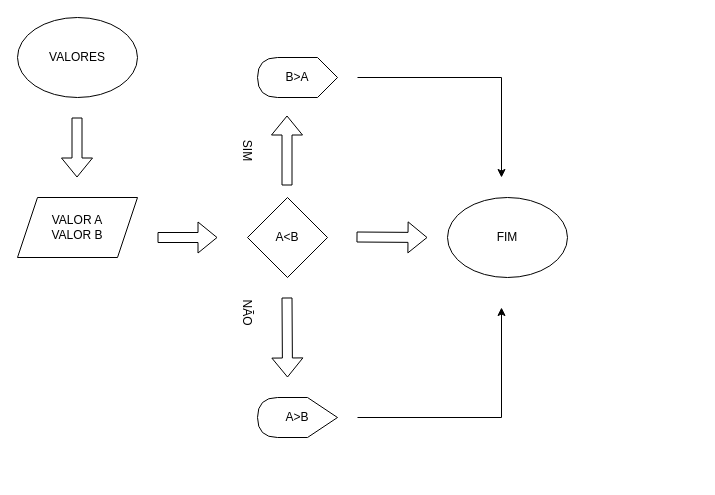
The draw.io diagram Diagrama sem nome.drawio in programador173/PWI-Julio.Galindo, before the edit. Source tidied: cells renumbered, new cells numbered last; positions are measured from the earlier drawing's top-left corner, leaving out a move shared by most shapes. Both pictures are drawn from the tidied source at 100%, with x=0, y=0 at pixel (17, 17).
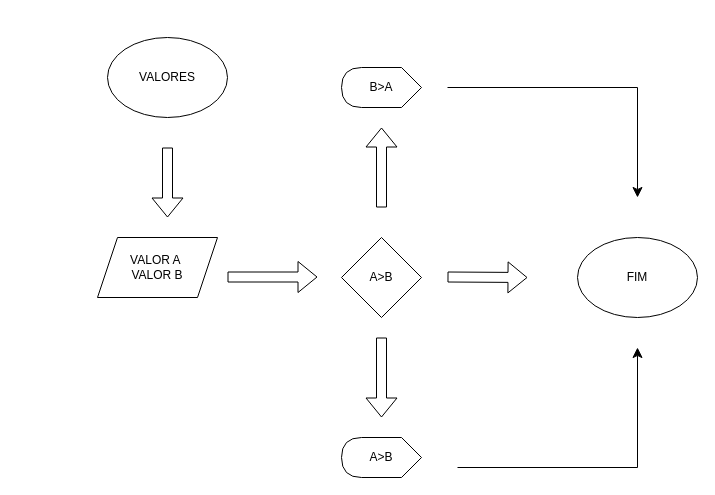
The same diagram, later.

What changed in the source:
```diff
@@
-    <mxCell id="2" value="VALORES" style="ellipse;whiteSpace=wrap;html=1;strokeColor=default;" parent="1" vertex="1">
-      <mxGeometry width="120" height="80" as="geometry" />
+    <mxCell id="2" value="VALORES" style="ellipse;whiteSpace=wrap;html=1;" parent="1" vertex="1">
+      <mxGeometry x="90" y="20" width="120" height="80" as="geometry" />
     </mxCell>
-    <mxCell id="3" style="shape=flexArrow;endArrow=classic;html=1;rounded=0;" parent="1" edge="1">
-      <mxGeometry relative="1" as="geometry">
-        <mxPoint x="59.5" y="100" as="sourcePoint" />
-        <mxPoint x="59.5" y="160" as="targetPoint" />
-      </mxGeometry>
-    </mxCell>
+    <mxCell id="17" style="shape=flexArrow;endArrow=classic;html=1;rounded=0;" parent="1" edge="1">
+      <mxGeometry relative="1" as="geometry">
+        <mxPoint x="150" y="130" as="sourcePoint" />
+        <mxPoint x="150" y="200" as="targetPoint" />
+      </mxGeometry>
+    </mxCell>
-    <mxCell id="4" value="VALOR A&lt;div&gt;VALOR B&lt;/div&gt;" style="shape=parallelogram;perimeter=parallelogramPerimeter;whiteSpace=wrap;html=1;fixedSize=1;" parent="1" vertex="1">
-      <mxGeometry y="180" width="120" height="60" as="geometry" />
+    <mxCell id="4" value="VALOR A&amp;nbsp;&lt;div&gt;VALOR B&lt;/div&gt;" style="shape=parallelogram;perimeter=parallelogramPerimeter;whiteSpace=wrap;html=1;fixedSize=1;" parent="1" vertex="1">
+      <mxGeometry x="80" y="220" width="120" height="60" as="geometry" />
     </mxCell>
-    <mxCell id="5" style="shape=flexArrow;endArrow=classic;html=1;rounded=0;" parent="1" edge="1">
-      <mxGeometry relative="1" as="geometry">
-        <mxPoint x="140" y="220" as="sourcePoint" />
-        <mxPoint x="200" y="220" as="targetPoint" />
-      </mxGeometry>
-    </mxCell>
-    <mxCell id="6" value="A&amp;lt;B" style="rhombus;whiteSpace=wrap;html=1;" parent="1" vertex="1">
-      <mxGeometry x="230" y="180" width="80" height="80" as="geometry" />
-    </mxCell>
-    <mxCell id="7" style="shape=flexArrow;endArrow=classic;html=1;rounded=0;" parent="1" edge="1">
-      <mxGeometry relative="1" as="geometry">
-        <mxPoint x="269.5" y="168" as="sourcePoint" />
-        <mxPoint x="269.5" y="98" as="targetPoint" />
-      </mxGeometry>
-    </mxCell>
-    <mxCell id="8" value="SIM" style="text;html=1;align=center;verticalAlign=middle;strokeColor=none;fillColor=none;rotation=90;" parent="1" vertex="1">
-      <mxGeometry x="210" y="118" width="40" height="30" as="geometry" />
-    </mxCell>
-    <mxCell id="9" style="shape=flexArrow;endArrow=classic;html=1;rounded=0;" parent="1" edge="1">
-      <mxGeometry relative="1" as="geometry">
-        <mxPoint x="269.5" y="280" as="sourcePoint" />
-        <mxPoint x="270" y="360" as="targetPoint" />
-      </mxGeometry>
-    </mxCell>
-    <mxCell id="10" value="NÃO" style="text;html=1;align=center;verticalAlign=middle;strokeColor=none;fillColor=none;rotation=90;" parent="1" vertex="1">
-      <mxGeometry x="205" y="280" width="50" height="30" as="geometry" />
-    </mxCell>
+    <mxCell id="18" style="shape=flexArrow;endArrow=classic;html=1;rounded=0;" parent="1" edge="1">
+      <mxGeometry relative="1" as="geometry">
+        <mxPoint x="210" y="259.5" as="sourcePoint" />
+        <mxPoint x="300" y="259.5" as="targetPoint" />
+      </mxGeometry>
+    </mxCell>
+    <mxCell id="19" value="A&amp;gt;B" style="rhombus;whiteSpace=wrap;html=1;" parent="1" vertex="1">
+      <mxGeometry x="324" y="220" width="80" height="80" as="geometry" />
+    </mxCell>
+    <mxCell id="20" style="shape=flexArrow;endArrow=classic;html=1;rounded=0;" parent="1" edge="1">
+      <mxGeometry relative="1" as="geometry">
+        <mxPoint x="430" y="259.5" as="sourcePoint" />
+        <mxPoint x="510" y="260" as="targetPoint" />
+      </mxGeometry>
+    </mxCell>
+    <mxCell id="13" value="FIM" style="ellipse;whiteSpace=wrap;html=1;" parent="1" vertex="1">
+      <mxGeometry x="560" y="220" width="120" height="80" as="geometry" />
+    </mxCell>
+    <mxCell id="21" style="shape=flexArrow;endArrow=classic;html=1;rounded=0;" parent="1" edge="1">
+      <mxGeometry relative="1" as="geometry">
+        <mxPoint x="364" y="190" as="sourcePoint" />
+        <mxPoint x="364" y="110" as="targetPoint" />
+      </mxGeometry>
+    </mxCell>
     <mxCell id="11" value="B&amp;gt;A" style="shape=display;whiteSpace=wrap;html=1;direction=west;" parent="1" vertex="1">
-      <mxGeometry x="240" y="40" width="80" height="40" as="geometry" />
+      <mxGeometry x="324" y="50" width="80" height="40" as="geometry" />
     </mxCell>
-    <mxCell id="12" value="A&amp;gt;B" style="shape=display;whiteSpace=wrap;html=1;direction=west;size=0.375;" parent="1" vertex="1">
-      <mxGeometry x="240" y="380" width="80" height="40" as="geometry" />
-    </mxCell>
-    <mxCell id="13" value="FIM" style="ellipse;whiteSpace=wrap;html=1;" parent="1" vertex="1">
-      <mxGeometry x="430" y="180" width="120" height="80" as="geometry" />
-    </mxCell>
-    <mxCell id="14" style="shape=flexArrow;endArrow=classic;html=1;rounded=0;" parent="1" edge="1">
-      <mxGeometry relative="1" as="geometry">
-        <mxPoint x="339" y="219.5" as="sourcePoint" />
-        <mxPoint x="410" y="220" as="targetPoint" />
-      </mxGeometry>
-    </mxCell>
-    <mxCell id="15" style="endArrow=classic;html=1;rounded=0;" parent="1" edge="1">
-      <mxGeometry relative="1" as="geometry">
-        <mxPoint x="340" y="60" as="sourcePoint" />
-        <mxPoint x="484" y="160" as="targetPoint" />
-        <Array as="points">
-          <mxPoint x="484" y="60" />
-        </Array>
-      </mxGeometry>
-    </mxCell>
-    <mxCell id="16" style="endArrow=classic;html=1;rounded=0;" parent="1" edge="1">
-      <mxGeometry relative="1" as="geometry">
-        <mxPoint x="340" y="400" as="sourcePoint" />
-        <mxPoint x="484" y="290" as="targetPoint" />
-        <Array as="points">
-          <mxPoint x="484" y="400" />
-        </Array>
-      </mxGeometry>
-    </mxCell>
+    <mxCell id="22" style="shape=flexArrow;endArrow=classic;html=1;rounded=0;" parent="1" edge="1">
+      <mxGeometry relative="1" as="geometry">
+        <mxPoint x="364" y="320" as="sourcePoint" />
+        <mxPoint x="364" y="400" as="targetPoint" />
+      </mxGeometry>
+    </mxCell>
+    <mxCell id="23" value="A&amp;gt;B" style="shape=display;whiteSpace=wrap;html=1;direction=west;rotation=0;" parent="1" vertex="1">
+      <mxGeometry x="324" y="420" width="80" height="40" as="geometry" />
+    </mxCell>
+    <mxCell id="24" style="edgeStyle=segmentEdgeStyle;endArrow=classic;html=1;curved=0;rounded=0;endSize=8;startSize=8;" parent="1" edge="1">
+      <mxGeometry relative="1" as="geometry">
+        <mxPoint x="440" y="450" as="sourcePoint" />
+        <mxPoint x="620" y="330" as="targetPoint" />
+        <Array as="points">
+          <mxPoint x="620" y="450" />
+        </Array>
+      </mxGeometry>
+    </mxCell>
+    <mxCell id="25" style="edgeStyle=segmentEdgeStyle;endArrow=classic;html=1;curved=0;rounded=0;endSize=8;startSize=8;" parent="1" edge="1">
+      <mxGeometry relative="1" as="geometry">
+        <mxPoint x="430" y="70" as="sourcePoint" />
+        <mxPoint x="620" y="180" as="targetPoint" />
+      </mxGeometry>
+    </mxCell>
```
